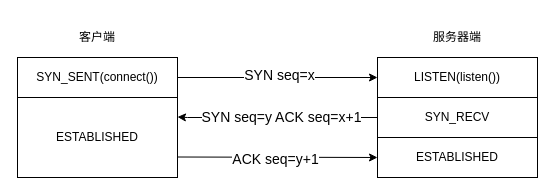
Before: 网络/TCP协议/raw/三次握手流程.drawio in RunningMartin/notebook, a draw.io diagram. Source tidied: cells renumbered, new cells numbered last; positions are measured from the earlier drawing's top-left corner, leaving out a move shared by most shapes. Both pictures are drawn from the tidied source at 100%, with x=0, y=0 at pixel (17, 17).
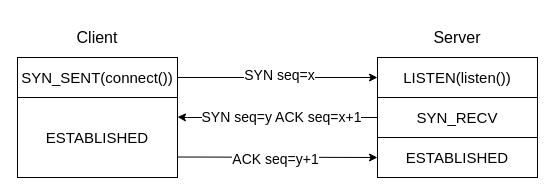
The same page after the edit.

Change to the diagram source:
```diff
@@
 <mxGraphModel>
   <root>
     <mxCell id="0" />
     <mxCell id="1" parent="0" />
-    <mxCell id="2" value="客户端" style="text;html=1;strokeColor=none;fillColor=none;align=center;verticalAlign=middle;whiteSpace=wrap;rounded=0;" parent="1" vertex="1">
+    <mxCell id="2" value="&lt;font style=&quot;font-size: 16px&quot;&gt;Client&lt;/font&gt;" style="text;html=1;strokeColor=none;fillColor=none;align=center;verticalAlign=middle;whiteSpace=wrap;rounded=0;" parent="1" vertex="1">
       <mxGeometry x="40" width="80" height="40" as="geometry" />
     </mxCell>
-    <mxCell id="3" value="服务器端" style="text;html=1;strokeColor=none;fillColor=none;align=center;verticalAlign=middle;whiteSpace=wrap;rounded=0;" parent="1" vertex="1">
+    <mxCell id="3" value="&lt;font style=&quot;font-size: 16px&quot;&gt;Server&lt;/font&gt;" style="text;html=1;strokeColor=none;fillColor=none;align=center;verticalAlign=middle;whiteSpace=wrap;rounded=0;" parent="1" vertex="1">
       <mxGeometry x="400" width="80" height="40" as="geometry" />
     </mxCell>
     <mxCell id="4" style="edgeStyle=orthogonalEdgeStyle;rounded=0;jettySize=auto;html=1;entryX=0;entryY=0.5;entryDx=0;entryDy=0;" parent="1" edge="1" source="6" target="7">
       <mxGeometry relative="1" as="geometry" />
     </mxCell>
     <mxCell id="5" value="&lt;font style=&quot;font-size: 14px&quot;&gt;SYN seq=x&lt;/font&gt;" style="text;html=1;align=center;verticalAlign=middle;labelBackgroundColor=#ffffff;" parent="4" vertex="1">
       <mxGeometry x="0.15" y="3" relative="1" as="geometry">
         <mxPoint x="-14" as="offset" />
       </mxGeometry>
     </mxCell>
-    <mxCell id="6" value="SYN_SENT(connect())" style="rounded=0;whiteSpace=wrap;html=1;" parent="1" vertex="1">
+    <mxCell id="6" value="&lt;font style=&quot;font-size: 15px&quot;&gt;SYN_SENT(connect())&lt;/font&gt;" style="rounded=0;whiteSpace=wrap;html=1;" parent="1" vertex="1">
       <mxGeometry y="40" width="160" height="40" as="geometry" />
     </mxCell>
-    <mxCell id="7" value="LISTEN(listen())" style="rounded=0;whiteSpace=wrap;html=1;" parent="1" vertex="1">
+    <mxCell id="7" value="&lt;font style=&quot;font-size: 15px&quot;&gt;LISTEN(listen())&lt;/font&gt;" style="rounded=0;whiteSpace=wrap;html=1;" parent="1" vertex="1">
       <mxGeometry x="360" y="40" width="160" height="40" as="geometry" />
     </mxCell>
-    <mxCell id="8" value="ESTABLISHED" style="rounded=0;whiteSpace=wrap;html=1;" parent="1" vertex="1">
+    <mxCell id="8" value="&lt;font style=&quot;font-size: 15px&quot;&gt;ESTABLISHED&lt;/font&gt;" style="rounded=0;whiteSpace=wrap;html=1;" parent="1" vertex="1">
       <mxGeometry y="80" width="160" height="80" as="geometry" />
     </mxCell>
-    <mxCell id="9" value="SYN_RECV" style="rounded=0;whiteSpace=wrap;html=1;" parent="1" vertex="1">
+    <mxCell id="9" value="&lt;font style=&quot;font-size: 15px&quot;&gt;SYN_RECV&lt;/font&gt;" style="rounded=0;whiteSpace=wrap;html=1;" parent="1" vertex="1">
       <mxGeometry x="360" y="80" width="160" height="40" as="geometry" />
     </mxCell>
-    <mxCell id="10" value="ESTABLISHED" style="rounded=0;whiteSpace=wrap;html=1;" parent="1" vertex="1">
+    <mxCell id="10" value="&lt;font style=&quot;font-size: 15px&quot;&gt;ESTABLISHED&lt;/font&gt;" style="rounded=0;whiteSpace=wrap;html=1;" parent="1" vertex="1">
       <mxGeometry x="360" y="120" width="160" height="40" as="geometry" />
     </mxCell>
     <mxCell id="11" style="edgeStyle=orthogonalEdgeStyle;rounded=0;jettySize=auto;html=1;exitX=0;exitY=0.5;exitDx=0;exitDy=0;" parent="1" edge="1" source="9">
       <mxGeometry relative="1" as="geometry">
         <mxPoint x="160" y="99.5" as="targetPoint" />
         <Array as="points">
           <mxPoint x="170" y="100" />
         </Array>
       </mxGeometry>
     </mxCell>
     <mxCell id="12" value="&lt;font style=&quot;font-size: 14px&quot;&gt;SYN seq=y ACK seq=x+1&lt;/font&gt;" style="text;html=1;align=center;verticalAlign=middle;labelBackgroundColor=#ffffff;" parent="11" vertex="1">
       <mxGeometry x="0.88" y="-101" relative="1" as="geometry">
         <mxPoint x="91" y="100" as="offset" />
       </mxGeometry>
     </mxCell>
     <mxCell id="13" style="endArrow=classic;html=1;entryX=0;entryY=0.5;entryDx=0;entryDy=0;" parent="1" edge="1" target="10">
       <mxGeometry relative="1" as="geometry">
         <mxPoint x="160" y="139.5" as="sourcePoint" />
       </mxGeometry>
     </mxCell>
     <mxCell id="14" value="&lt;font style=&quot;font-size: 14px&quot;&gt;ACK seq=y+1&lt;/font&gt;" style="text;html=1;align=center;verticalAlign=middle;labelBackgroundColor=#ffffff;" parent="13" vertex="1">
       <mxGeometry x="0.24" y="-2" relative="1" as="geometry">
         <mxPoint x="-26" as="offset" />
       </mxGeometry>
     </mxCell>
   </root>
 </mxGraphModel>
```
